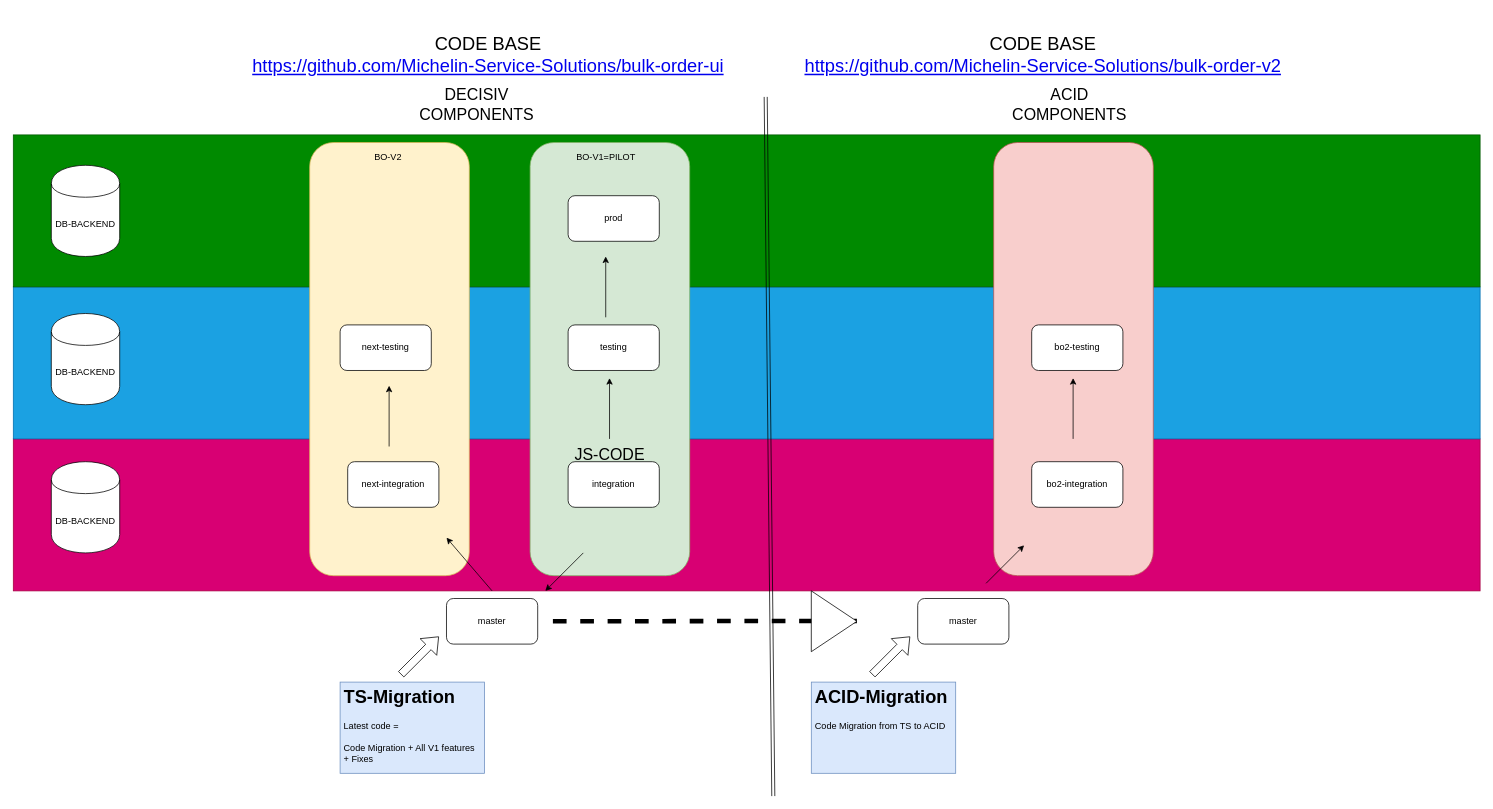
The draw.io diagram BO-CODE-BASE-BRANCHES-REPOS.drawio in centrodph/Diagrams, before the edit. Source tidied: cells renumbered, new cells numbered last; positions are measured from the earlier drawing's top-left corner, leaving out a move shared by most shapes. Both pictures are drawn from the tidied source at 76%, with x=0, y=0 at pixel (13, 13).
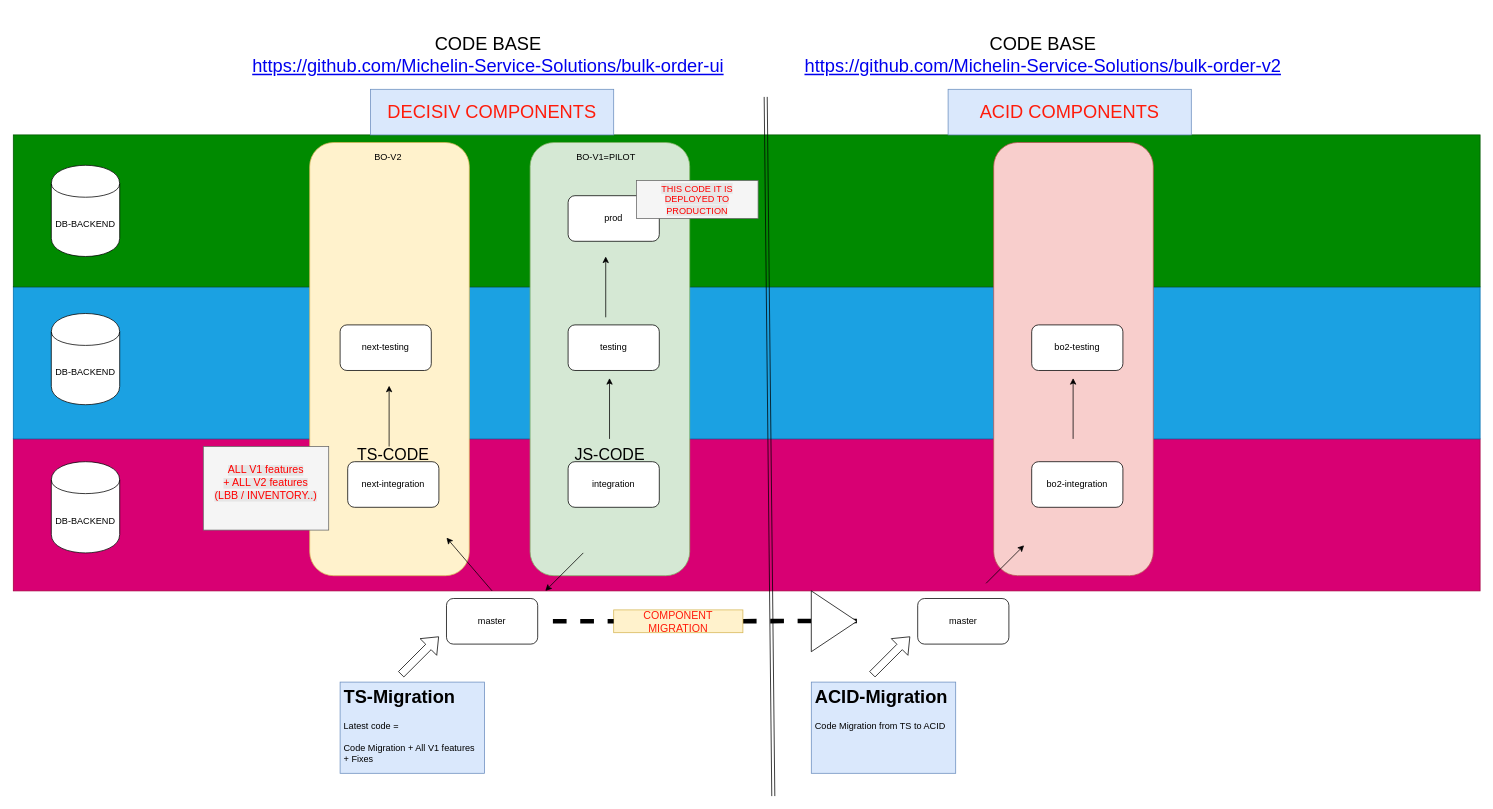
The same page after the edit.

Change to the diagram source:
```diff
@@
-    <mxCell id="33" style="endArrow=none;dashed=1;html=1;strokeWidth=6;" parent="1" edge="1">
+    <mxCell id="33" style="endArrow=none;dashed=1;html=1;strokeWidth=6;" parent="1" edge="1" source="41">
       <mxGeometry relative="1" as="geometry">
-        <mxPoint x="710" y="800" as="sourcePoint" />
         <mxPoint x="1110" y="799.5" as="targetPoint" />
       </mxGeometry>
     </mxCell>
@@
-    <mxCell id="38" value="&lt;font style=&quot;font-size: 21px&quot;&gt;DECISIV COMPONENTS&lt;/font&gt;" style="text;html=1;strokeColor=none;fillColor=none;align=center;verticalAlign=middle;whiteSpace=wrap;rounded=0;" parent="1" vertex="1">
-      <mxGeometry x="590" y="110" width="40" height="20" as="geometry" />
+    <mxCell id="38" value="&lt;font style=&quot;font-size: 24px&quot; color=&quot;#ff1b0a&quot;&gt;DECISIV COMPONENTS&lt;/font&gt;" style="text;html=1;strokeColor=#6c8ebf;fillColor=#dae8fc;align=center;verticalAlign=middle;whiteSpace=wrap;rounded=0;" parent="1" vertex="1">
+      <mxGeometry x="470" y="100" width="320" height="60" as="geometry" />
     </mxCell>
@@
-    <mxCell id="40" value="&lt;font style=&quot;font-size: 21px&quot;&gt;ACID COMPONENTS&lt;/font&gt;" style="text;html=1;strokeColor=none;fillColor=none;align=center;verticalAlign=middle;whiteSpace=wrap;rounded=0;" parent="1" vertex="1">
-      <mxGeometry x="1290" y="95" width="200" height="50" as="geometry" />
+    <mxCell id="40" value="&lt;font style=&quot;font-size: 24px&quot; color=&quot;#ff1b0a&quot;&gt;ACID COMPONENTS&lt;/font&gt;" style="text;html=1;strokeColor=#6c8ebf;fillColor=#dae8fc;align=center;verticalAlign=middle;whiteSpace=wrap;rounded=0;" parent="1" vertex="1">
+      <mxGeometry x="1230" y="100" width="320" height="60" as="geometry" />
     </mxCell>
+    <mxCell id="41" value="&lt;font color=&quot;#ff1b0a&quot; style=&quot;font-size: 14px&quot;&gt;COMPONENT MIGRATION&lt;/font&gt;" style="text;html=1;strokeColor=#d6b656;fillColor=#fff2cc;align=center;verticalAlign=middle;whiteSpace=wrap;rounded=0;" parent="1" vertex="1">
+      <mxGeometry x="790" y="785" width="170" height="30" as="geometry" />
+    </mxCell>
+    <mxCell id="42" style="endArrow=none;dashed=1;html=1;strokeWidth=6;" parent="1" edge="1" target="41">
+      <mxGeometry relative="1" as="geometry">
+        <mxPoint x="710" y="800" as="sourcePoint" />
+      </mxGeometry>
+    </mxCell>
+    <mxCell id="43" value="&lt;font style=&quot;font-size: 21px&quot;&gt;TS-CODE&lt;/font&gt;" style="text;html=1;strokeColor=none;fillColor=none;align=center;verticalAlign=middle;whiteSpace=wrap;rounded=0;" parent="1" vertex="1">
+      <mxGeometry x="435" y="570" width="130" height="20" as="geometry" />
+    </mxCell>
+    <mxCell id="44" value="&lt;font color=&quot;#ff0000&quot; style=&quot;background-color: rgb(230 , 230 , 230)&quot;&gt;THIS CODE IT IS DEPLOYED TO PRODUCTION&lt;/font&gt;" style="text;html=1;strokeColor=#666666;fillColor=#f5f5f5;align=center;verticalAlign=middle;whiteSpace=wrap;rounded=0;fontColor=#333333;" parent="1" vertex="1">
+      <mxGeometry x="820" y="220" width="160" height="50" as="geometry" />
+    </mxCell>
+    <mxCell id="45" value="&lt;font color=&quot;#ff0000&quot; style=&quot;background-color: rgb(230 , 230 , 230)&quot;&gt;&lt;font style=&quot;font-size: 14px&quot;&gt;ALL V1 features&lt;br&gt;+ ALL V2 features &lt;br&gt;(LBB / INVENTORY..)&lt;br&gt;&lt;/font&gt;&lt;br&gt;&lt;/font&gt;" style="text;html=1;strokeColor=#666666;fillColor=#f5f5f5;align=center;verticalAlign=middle;whiteSpace=wrap;rounded=0;fontColor=#333333;" parent="1" vertex="1">
+      <mxGeometry x="250" y="570" width="165" height="110" as="geometry" />
+    </mxCell>
```
